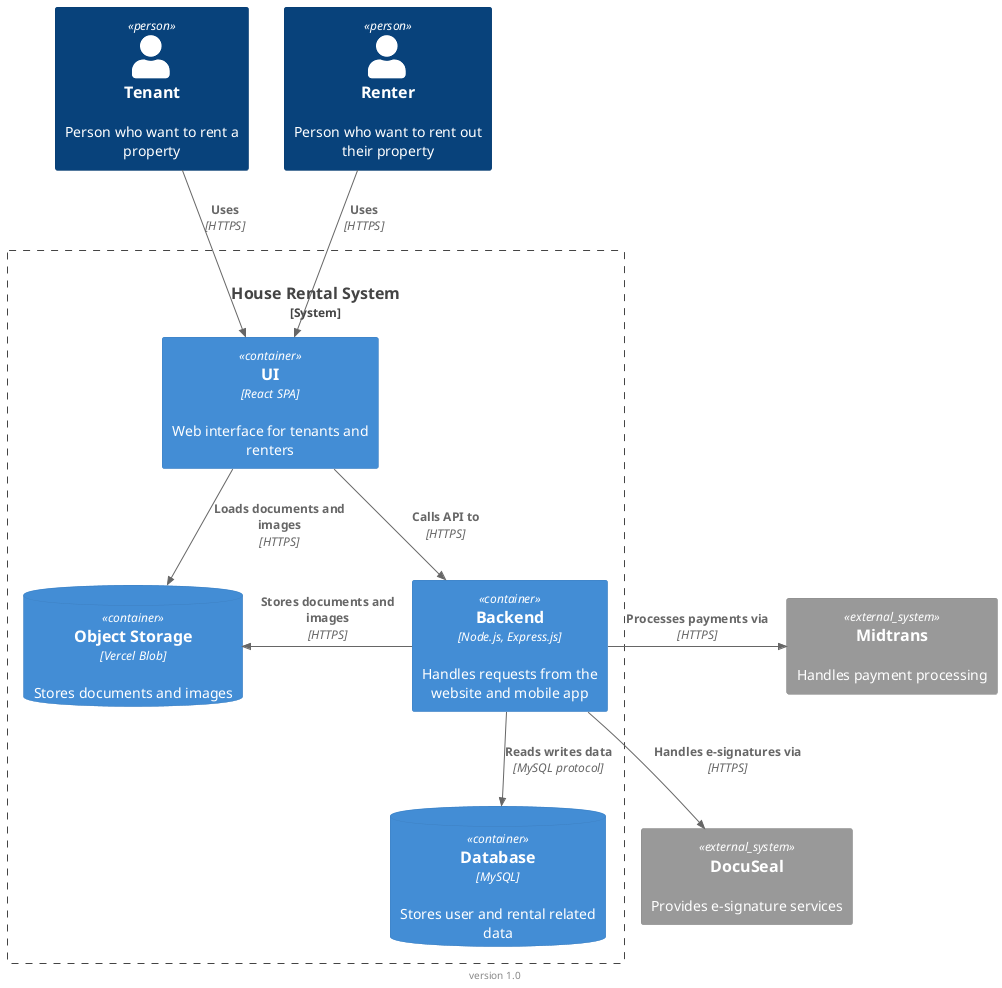
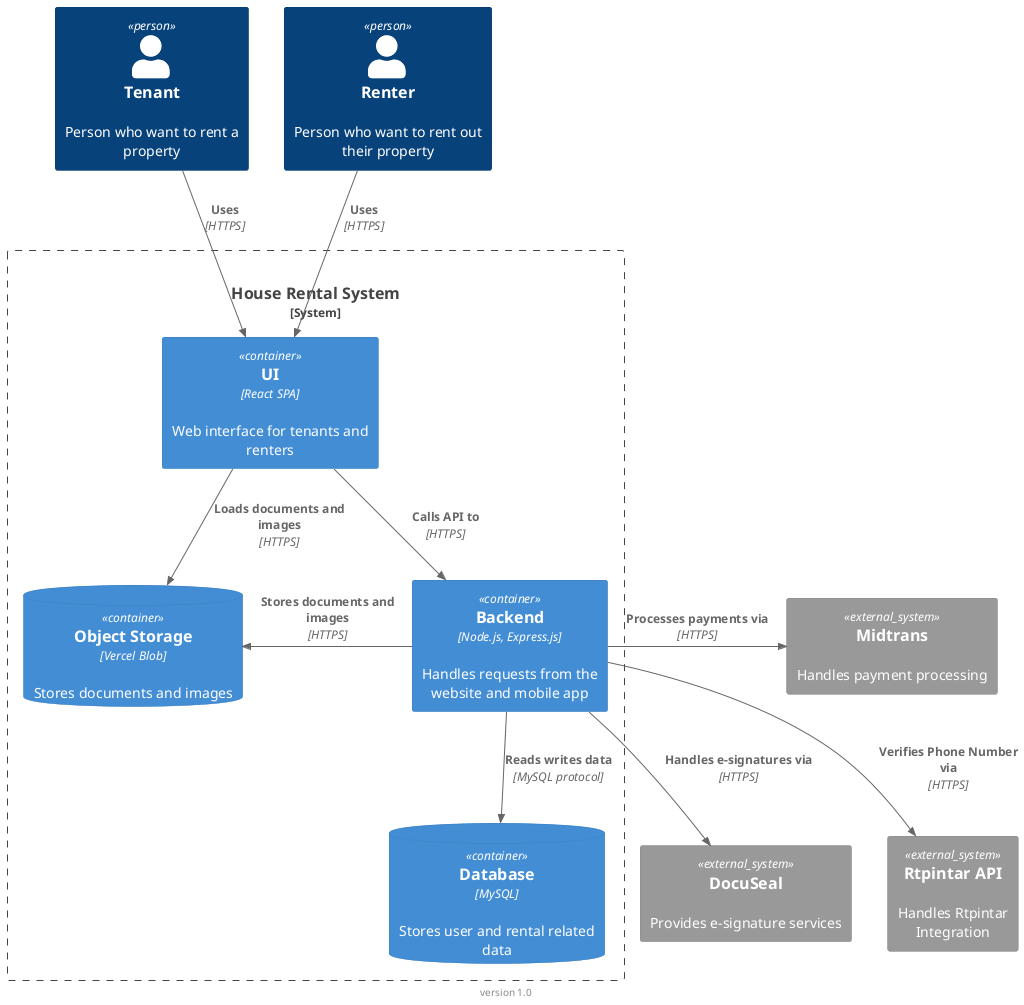
@startuml "(C4D-02) Container Diagram"
!include <C4/C4_Container>
footer "version 1.0"

Person(tenant, "Tenant", "Person who want to rent a property")
Person(renter, "Renter", "Person who want to rent out their property")

System_Boundary(houseRental, "House Rental System", "Software System") {
    Container(website, "UI", "Web interface for tenants and renters", $techn="React SPA")
    ' Container(mobileApp, "Mobile App", "PWA")
    Container(backend, "Backend", "Handles requests from the website and mobile app", $techn="Node.js, Express.js")
    ContainerDb(database, "Database", "Stores user and rental related data", $techn="MySQL")
    ContainerDb(objectStorage, "Object Storage", "Stores documents and images", $techn="Vercel Blob")
}

System_Ext(docuSeal, "DocuSeal", "Provides e-signature services")
System_Ext(paymentGW, "Midtrans", "Handles payment processing")
+ System_Ext(rtpintar, "Rtpintar API", "Handles Rtpintar \nIntegration")
' System_Ext(objectStorage, "Object Storage", "Stores documents and images")

Rel(tenant, website, "Uses", "HTTPS")
Rel(renter, website, "Uses", "HTTPS")

Rel(website, backend, "Calls API to", "HTTPS")
Rel(website, objectStorage, "Loads documents and images", "HTTPS")

Rel_L(backend, objectStorage, "Stores documents and images", "HTTPS")
Rel(backend, docuSeal, "Handles e-signatures via", "HTTPS")
Rel_R(backend, paymentGW, "Processes payments via", "HTTPS")
' Rel(mobileApp, backend, "Uses")
Rel(backend, database, "Reads writes data", "MySQL protocol")
+ Rel(backend, rtpintar, "Verifies Phone Number via", "HTTPS")

@enduml